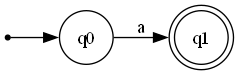
This is afn_1.png from Artli22/Laboratorio4_Teoria, a Graphviz export, as it was before one commit. Its source is kept beside it as afn_1.dot.
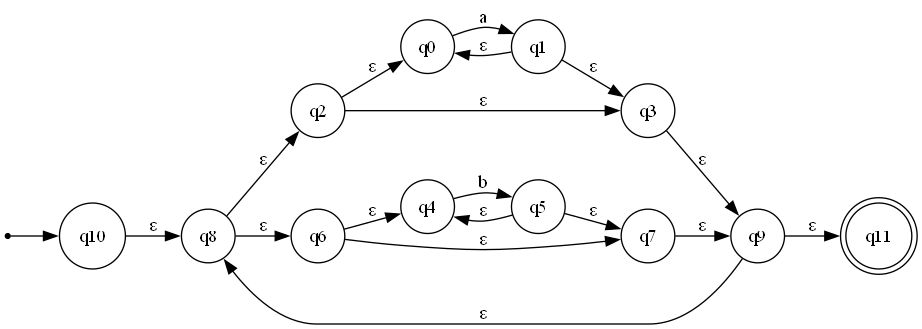
The same file after the commit.

Change to the diagram source:
```diff
@@ -4,9 +4,25 @@
     node [shape=circle];
 
     inicio [shape=point];
-    inicio -> q0;
+    inicio -> q10;
 
-    q1 [shape=doublecircle];
+    q11 [shape=doublecircle];
 
     q0 -> q1 [label="a"];
+    q2 -> q0 [label="ε"];
+    q2 -> q3 [label="ε"];
+    q1 -> q0 [label="ε"];
+    q1 -> q3 [label="ε"];
+    q4 -> q5 [label="b"];
+    q6 -> q4 [label="ε"];
+    q6 -> q7 [label="ε"];
+    q5 -> q4 [label="ε"];
+    q5 -> q7 [label="ε"];
+    q8 -> q2 [label="ε"];
+    q8 -> q6 [label="ε"];
+    q3 -> q9 [label="ε"];
+    q7 -> q9 [label="ε"];
+    q10 -> q8 [label="ε"];
+    q9 -> q8 [label="ε"];
+    q9 -> q11 [label="ε"];
 }
```
